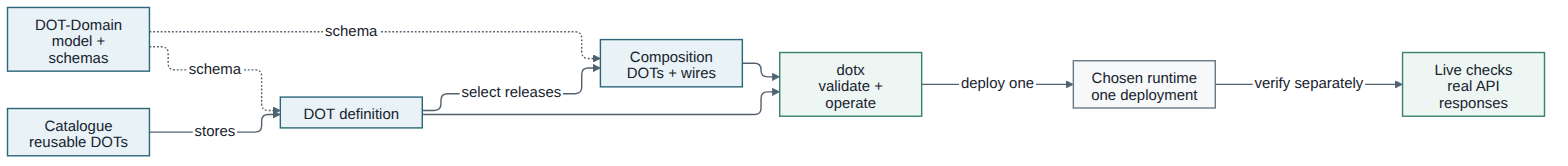
Earlier version of the Mermaid export DOT-Design/next/dot-design/_images/diagrams/dot-system-context.png (MARE-EU-Project/DOT-Docs). Its source is kept beside it as DOT-Design/next/dot-design/_attachments/diagrams/dot-system-context.mmd.
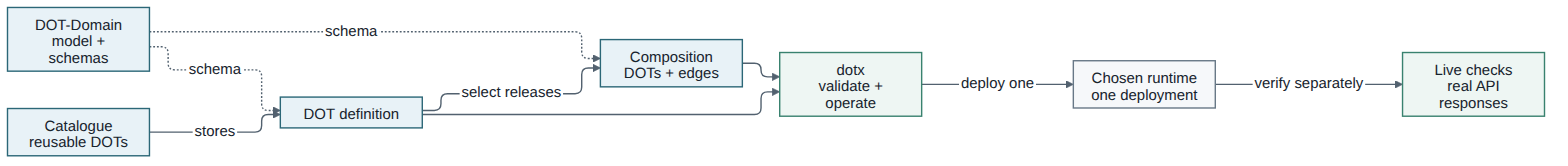
Later version of the same file.

The edit, as a diff of the source:
```diff
@@ -12,7 +12,7 @@
   Domain["DOT-Domain<br/>model + schemas"]
   Catalogue["Catalogue<br/>reusable DOTs"]
   Dot["DOT definition"]
-  Composition["Composition<br/>DOTs + wires"]
+  Composition["Composition<br/>DOTs + edges"]
   CLI["dotx<br/>validate + operate"]
   Runtime["Chosen runtime<br/>one deployment"]
   Evidence["Live checks<br/>real API responses"]
```
